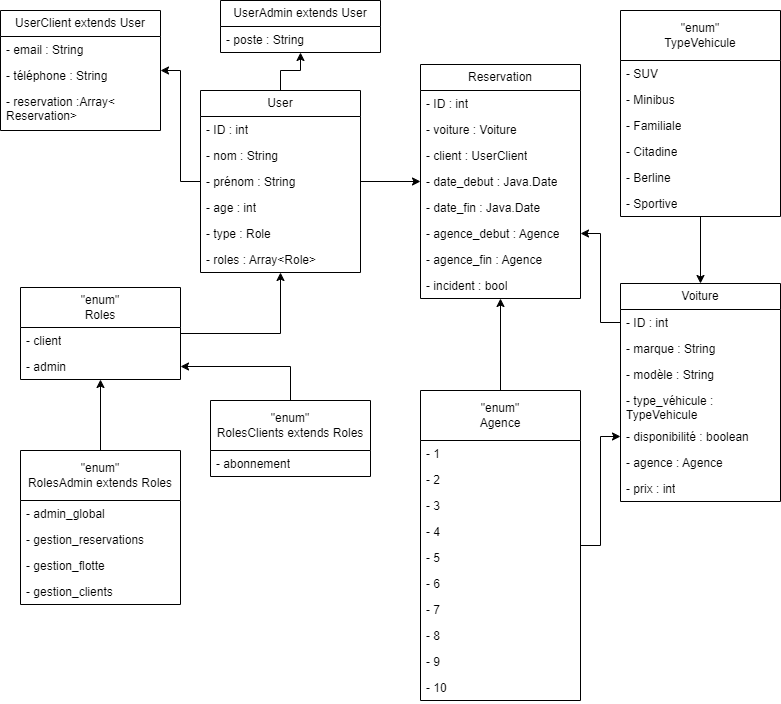
Above: UML_Motorized_Wide_Area.png in HELIK0PTER/MotorizedWideArea (draw.io), before the change. Source tidied: cells renumbered, new cells last; positions are measured from the earlier drawing's top-left corner, leaving out a move shared by most shapes. Its diagram source:
```xml
<mxGraphModel>
  <root>
    <mxCell id="0" />
    <mxCell id="1" parent="0" />
    <mxCell id="2" style="edgeStyle=orthogonalEdgeStyle;rounded=0;jettySize=auto;html=1;" parent="1" edge="1" source="5" target="21">
      <mxGeometry relative="1" as="geometry" />
    </mxCell>
    <mxCell id="3" style="edgeStyle=orthogonalEdgeStyle;rounded=0;jettySize=auto;html=1;" parent="1" edge="1" source="5" target="23">
      <mxGeometry relative="1" as="geometry" />
    </mxCell>
    <mxCell id="4" style="edgeStyle=orthogonalEdgeStyle;rounded=0;jettySize=auto;html=1;" parent="1" edge="1" source="5" target="40">
      <mxGeometry relative="1" as="geometry" />
    </mxCell>
    <mxCell id="5" value="User" style="swimlane;fontStyle=0;horizontal=1;startSize=26;fillColor=none;whiteSpace=wrap;html=1;" parent="1" vertex="1">
      <mxGeometry x="200" y="90" width="160" height="182" as="geometry" />
    </mxCell>
    <mxCell id="6" value="- ID : int" style="text;strokeColor=none;fillColor=none;align=left;verticalAlign=top;spacingLeft=4;spacingRight=4;overflow=hidden;whiteSpace=wrap;html=1;" parent="5" vertex="1">
      <mxGeometry y="26" width="160" height="26" as="geometry" />
    </mxCell>
    <mxCell id="7" value="- nom&amp;nbsp;: String" style="text;strokeColor=none;fillColor=none;align=left;verticalAlign=top;spacingLeft=4;spacingRight=4;overflow=hidden;whiteSpace=wrap;html=1;" parent="5" vertex="1">
      <mxGeometry y="52" width="160" height="26" as="geometry" />
    </mxCell>
    <mxCell id="8" value="- prénom&amp;nbsp;: String" style="text;strokeColor=none;fillColor=none;align=left;verticalAlign=top;spacingLeft=4;spacingRight=4;overflow=hidden;whiteSpace=wrap;html=1;" parent="5" vertex="1">
      <mxGeometry y="78" width="160" height="26" as="geometry" />
    </mxCell>
    <mxCell id="9" value="- age&amp;nbsp;: int" style="text;strokeColor=none;fillColor=none;align=left;verticalAlign=top;spacingLeft=4;spacingRight=4;overflow=hidden;whiteSpace=wrap;html=1;" parent="5" vertex="1">
      <mxGeometry y="104" width="160" height="26" as="geometry" />
    </mxCell>
    <mxCell id="10" value="- type : Role" style="text;strokeColor=none;fillColor=none;align=left;verticalAlign=top;spacingLeft=4;spacingRight=4;overflow=hidden;whiteSpace=wrap;html=1;" parent="5" vertex="1">
      <mxGeometry y="130" width="160" height="26" as="geometry" />
    </mxCell>
    <mxCell id="11" value="- roles : Array&amp;lt;Role&amp;gt;" style="text;strokeColor=none;fillColor=none;align=left;verticalAlign=top;spacingLeft=4;spacingRight=4;overflow=hidden;whiteSpace=wrap;html=1;" parent="5" vertex="1">
      <mxGeometry y="156" width="160" height="26" as="geometry" />
    </mxCell>
    <mxCell id="12" style="edgeStyle=orthogonalEdgeStyle;rounded=0;jettySize=auto;html=1;exitX=0;exitY=0.5;exitDx=0;exitDy=0;entryX=1;entryY=0.5;entryDx=0;entryDy=0;" parent="1" edge="1" source="14" target="46">
      <mxGeometry relative="1" as="geometry" />
    </mxCell>
    <mxCell id="13" value="Voiture" style="swimlane;fontStyle=0;horizontal=1;startSize=26;fillColor=none;whiteSpace=wrap;html=1;" parent="1" vertex="1">
      <mxGeometry x="620" y="283" width="160" height="218" as="geometry" />
    </mxCell>
    <mxCell id="14" value="- ID&amp;nbsp;: int" style="text;strokeColor=none;fillColor=none;align=left;verticalAlign=top;spacingLeft=4;spacingRight=4;overflow=hidden;points=[[0,0.5],[1,0.5]];portConstraint=eastwest;whiteSpace=wrap;html=1;" parent="13" vertex="1">
      <mxGeometry y="26" width="160" height="26" as="geometry" />
    </mxCell>
    <mxCell id="15" value="- marque&amp;nbsp;: String" style="text;strokeColor=none;fillColor=none;align=left;verticalAlign=top;spacingLeft=4;spacingRight=4;overflow=hidden;whiteSpace=wrap;html=1;" parent="13" vertex="1">
      <mxGeometry y="52" width="160" height="26" as="geometry" />
    </mxCell>
    <mxCell id="16" value="- modèle&amp;nbsp;: String" style="text;strokeColor=none;fillColor=none;align=left;verticalAlign=top;spacingLeft=4;spacingRight=4;overflow=hidden;whiteSpace=wrap;html=1;" parent="13" vertex="1">
      <mxGeometry y="78" width="160" height="26" as="geometry" />
    </mxCell>
    <mxCell id="17" value="- type_véhicule : TypeVehicule" style="text;strokeColor=none;fillColor=none;align=left;verticalAlign=top;spacingLeft=4;spacingRight=4;overflow=hidden;whiteSpace=wrap;html=1;" parent="13" vertex="1">
      <mxGeometry y="104" width="160" height="36" as="geometry" />
    </mxCell>
    <mxCell id="18" value="- disponibilité : boolean" style="text;strokeColor=none;fillColor=none;align=left;verticalAlign=top;spacingLeft=4;spacingRight=4;overflow=hidden;points=[[0,0.5],[1,0.5]];portConstraint=eastwest;whiteSpace=wrap;html=1;" parent="13" vertex="1">
      <mxGeometry y="140" width="160" height="26" as="geometry" />
    </mxCell>
    <mxCell id="19" value="- agence : Agence" style="text;strokeColor=none;fillColor=none;align=left;verticalAlign=top;spacingLeft=4;spacingRight=4;overflow=hidden;whiteSpace=wrap;html=1;" parent="13" vertex="1">
      <mxGeometry y="166" width="160" height="26" as="geometry" />
    </mxCell>
    <mxCell id="20" value="- prix : int" style="text;strokeColor=none;fillColor=none;align=left;verticalAlign=top;spacingLeft=4;spacingRight=4;overflow=hidden;whiteSpace=wrap;html=1;" parent="13" vertex="1">
      <mxGeometry y="192" width="160" height="26" as="geometry" />
    </mxCell>
    <mxCell id="21" value="UserAdmin extends User" style="swimlane;fontStyle=0;horizontal=1;startSize=26;fillColor=none;whiteSpace=wrap;html=1;" parent="1" vertex="1">
      <mxGeometry x="220" width="160" height="52" as="geometry" />
    </mxCell>
    <mxCell id="22" value="- poste : String" style="text;strokeColor=none;fillColor=none;align=left;verticalAlign=top;spacingLeft=4;spacingRight=4;overflow=hidden;whiteSpace=wrap;html=1;" parent="21" vertex="1">
      <mxGeometry y="26" width="160" height="26" as="geometry" />
    </mxCell>
    <mxCell id="23" value="UserClient extends User" style="swimlane;fontStyle=0;horizontal=1;startSize=26;fillColor=none;whiteSpace=wrap;html=1;" parent="1" vertex="1">
      <mxGeometry y="10" width="160" height="120" as="geometry" />
    </mxCell>
    <mxCell id="24" value="- email : String" style="text;strokeColor=none;fillColor=none;align=left;verticalAlign=top;spacingLeft=4;spacingRight=4;overflow=hidden;whiteSpace=wrap;html=1;" parent="23" vertex="1">
      <mxGeometry y="26" width="160" height="26" as="geometry" />
    </mxCell>
    <mxCell id="25" value="- téléphone&amp;nbsp;: String" style="text;strokeColor=none;fillColor=none;align=left;verticalAlign=top;spacingLeft=4;spacingRight=4;overflow=hidden;whiteSpace=wrap;html=1;" parent="23" vertex="1">
      <mxGeometry y="52" width="160" height="26" as="geometry" />
    </mxCell>
    <mxCell id="26" value="- reservation :Array&amp;lt;&lt;br&gt;Reservation&amp;gt;" style="text;strokeColor=none;fillColor=none;align=left;verticalAlign=top;spacingLeft=4;spacingRight=4;overflow=hidden;whiteSpace=wrap;html=1;" parent="23" vertex="1">
      <mxGeometry y="78" width="160" height="42" as="geometry" />
    </mxCell>
    <mxCell id="27" style="edgeStyle=orthogonalEdgeStyle;rounded=0;jettySize=auto;html=1;" parent="1" edge="1" source="28" target="37">
      <mxGeometry relative="1" as="geometry" />
    </mxCell>
    <mxCell id="28" value="&quot;enum&quot;&lt;br&gt;RolesAdmin extends Roles" style="swimlane;fontStyle=0;horizontal=1;startSize=50;fillColor=none;whiteSpace=wrap;html=1;" parent="1" vertex="1">
      <mxGeometry x="20" y="450" width="160" height="154" as="geometry" />
    </mxCell>
    <mxCell id="29" value="- admin_global" style="text;strokeColor=none;fillColor=none;align=left;verticalAlign=top;spacingLeft=4;spacingRight=4;overflow=hidden;whiteSpace=wrap;html=1;" parent="28" vertex="1">
      <mxGeometry y="50" width="160" height="26" as="geometry" />
    </mxCell>
    <mxCell id="30" value="- gestion_reservations" style="text;strokeColor=none;fillColor=none;align=left;verticalAlign=top;spacingLeft=4;spacingRight=4;overflow=hidden;whiteSpace=wrap;html=1;" parent="28" vertex="1">
      <mxGeometry y="76" width="160" height="26" as="geometry" />
    </mxCell>
    <mxCell id="31" value="- gestion_flotte" style="text;strokeColor=none;fillColor=none;align=left;verticalAlign=top;spacingLeft=4;spacingRight=4;overflow=hidden;whiteSpace=wrap;html=1;" parent="28" vertex="1">
      <mxGeometry y="102" width="160" height="26" as="geometry" />
    </mxCell>
    <mxCell id="32" value="- gestion_clients" style="text;strokeColor=none;fillColor=none;align=left;verticalAlign=top;spacingLeft=4;spacingRight=4;overflow=hidden;whiteSpace=wrap;html=1;" parent="28" vertex="1">
      <mxGeometry y="128" width="160" height="26" as="geometry" />
    </mxCell>
    <mxCell id="33" style="edgeStyle=orthogonalEdgeStyle;rounded=0;jettySize=auto;html=1;entryX=1;entryY=0.5;entryDx=0;entryDy=0;" parent="1" edge="1" source="34" target="39">
      <mxGeometry relative="1" as="geometry" />
    </mxCell>
    <mxCell id="34" value="&quot;enum&quot;&lt;br&gt;RolesClients extends Roles" style="swimlane;fontStyle=0;horizontal=1;startSize=50;fillColor=none;whiteSpace=wrap;html=1;" parent="1" vertex="1">
      <mxGeometry x="210" y="400" width="160" height="76" as="geometry" />
    </mxCell>
    <mxCell id="35" value="- abonnement" style="text;strokeColor=none;fillColor=none;align=left;verticalAlign=top;spacingLeft=4;spacingRight=4;overflow=hidden;whiteSpace=wrap;html=1;" parent="34" vertex="1">
      <mxGeometry y="50" width="160" height="26" as="geometry" />
    </mxCell>
    <mxCell id="36" style="edgeStyle=orthogonalEdgeStyle;rounded=0;jettySize=auto;html=1;" parent="1" edge="1" source="37" target="5">
      <mxGeometry relative="1" as="geometry" />
    </mxCell>
    <mxCell id="37" value="&quot;enum&quot;&lt;br&gt;Roles" style="swimlane;fontStyle=0;horizontal=1;startSize=40;fillColor=none;whiteSpace=wrap;html=1;" parent="1" vertex="1">
      <mxGeometry x="20" y="287" width="160" height="92" as="geometry" />
    </mxCell>
    <mxCell id="38" value="- client" style="text;strokeColor=none;fillColor=none;align=left;verticalAlign=top;spacingLeft=4;spacingRight=4;overflow=hidden;whiteSpace=wrap;html=1;" parent="37" vertex="1">
      <mxGeometry y="40" width="160" height="26" as="geometry" />
    </mxCell>
    <mxCell id="39" value="- admin" style="text;strokeColor=none;fillColor=none;align=left;verticalAlign=top;spacingLeft=4;spacingRight=4;overflow=hidden;points=[[0,0.5],[1,0.5]];portConstraint=eastwest;whiteSpace=wrap;html=1;" parent="37" vertex="1">
      <mxGeometry y="66" width="160" height="26" as="geometry" />
    </mxCell>
    <mxCell id="40" value="Reservation" style="swimlane;fontStyle=0;horizontal=1;startSize=26;fillColor=none;whiteSpace=wrap;html=1;" parent="1" vertex="1">
      <mxGeometry x="420" y="64" width="160" height="234" as="geometry" />
    </mxCell>
    <mxCell id="41" value="- ID&amp;nbsp;: int" style="text;strokeColor=none;fillColor=none;align=left;verticalAlign=top;spacingLeft=4;spacingRight=4;overflow=hidden;whiteSpace=wrap;html=1;" parent="40" vertex="1">
      <mxGeometry y="26" width="160" height="26" as="geometry" />
    </mxCell>
    <mxCell id="42" value="- voiture : Voiture" style="text;strokeColor=none;fillColor=none;align=left;verticalAlign=top;spacingLeft=4;spacingRight=4;overflow=hidden;whiteSpace=wrap;html=1;" parent="40" vertex="1">
      <mxGeometry y="52" width="160" height="26" as="geometry" />
    </mxCell>
    <mxCell id="43" value="- client : UserClient" style="text;strokeColor=none;fillColor=none;align=left;verticalAlign=top;spacingLeft=4;spacingRight=4;overflow=hidden;whiteSpace=wrap;html=1;" parent="40" vertex="1">
      <mxGeometry y="78" width="160" height="26" as="geometry" />
    </mxCell>
    <mxCell id="44" value="- date_debut : Java.Date" style="text;strokeColor=none;fillColor=none;align=left;verticalAlign=top;spacingLeft=4;spacingRight=4;overflow=hidden;whiteSpace=wrap;html=1;" parent="40" vertex="1">
      <mxGeometry y="104" width="160" height="26" as="geometry" />
    </mxCell>
    <mxCell id="45" value="- date_fin&amp;nbsp;: Java.Date" style="text;strokeColor=none;fillColor=none;align=left;verticalAlign=top;spacingLeft=4;spacingRight=4;overflow=hidden;whiteSpace=wrap;html=1;" parent="40" vertex="1">
      <mxGeometry y="130" width="160" height="26" as="geometry" />
    </mxCell>
    <mxCell id="46" value="- agence_debut : Agence" style="text;strokeColor=none;fillColor=none;align=left;verticalAlign=top;spacingLeft=4;spacingRight=4;overflow=hidden;points=[[0,0.5],[1,0.5]];portConstraint=eastwest;whiteSpace=wrap;html=1;" parent="40" vertex="1">
      <mxGeometry y="156" width="160" height="26" as="geometry" />
    </mxCell>
    <mxCell id="47" value="- agence_fin : Agence" style="text;strokeColor=none;fillColor=none;align=left;verticalAlign=top;spacingLeft=4;spacingRight=4;overflow=hidden;whiteSpace=wrap;html=1;" parent="40" vertex="1">
      <mxGeometry y="182" width="160" height="26" as="geometry" />
    </mxCell>
    <mxCell id="48" value="- incident : bool" style="text;strokeColor=none;fillColor=none;align=left;verticalAlign=top;spacingLeft=4;spacingRight=4;overflow=hidden;whiteSpace=wrap;html=1;" parent="40" vertex="1">
      <mxGeometry y="208" width="160" height="26" as="geometry" />
    </mxCell>
    <mxCell id="49" style="edgeStyle=orthogonalEdgeStyle;rounded=0;jettySize=auto;html=1;" parent="1" edge="1" source="50" target="13">
      <mxGeometry relative="1" as="geometry" />
    </mxCell>
    <mxCell id="50" value="&quot;enum&quot;&lt;br&gt;TypeVehicule" style="swimlane;fontStyle=0;horizontal=1;startSize=50;fillColor=none;whiteSpace=wrap;html=1;" parent="1" vertex="1">
      <mxGeometry x="620" y="10" width="160" height="206" as="geometry" />
    </mxCell>
    <mxCell id="51" value="- SUV" style="text;strokeColor=none;fillColor=none;align=left;verticalAlign=top;spacingLeft=4;spacingRight=4;overflow=hidden;whiteSpace=wrap;html=1;" parent="50" vertex="1">
      <mxGeometry y="50" width="160" height="26" as="geometry" />
    </mxCell>
    <mxCell id="52" value="- Minibus" style="text;strokeColor=none;fillColor=none;align=left;verticalAlign=top;spacingLeft=4;spacingRight=4;overflow=hidden;whiteSpace=wrap;html=1;" parent="50" vertex="1">
      <mxGeometry y="76" width="160" height="26" as="geometry" />
    </mxCell>
    <mxCell id="53" value="- Familiale" style="text;strokeColor=none;fillColor=none;align=left;verticalAlign=top;spacingLeft=4;spacingRight=4;overflow=hidden;whiteSpace=wrap;html=1;" parent="50" vertex="1">
      <mxGeometry y="102" width="160" height="26" as="geometry" />
    </mxCell>
    <mxCell id="54" value="- Citadine" style="text;strokeColor=none;fillColor=none;align=left;verticalAlign=top;spacingLeft=4;spacingRight=4;overflow=hidden;whiteSpace=wrap;html=1;" parent="50" vertex="1">
      <mxGeometry y="128" width="160" height="26" as="geometry" />
    </mxCell>
    <mxCell id="55" value="- Berline" style="text;strokeColor=none;fillColor=none;align=left;verticalAlign=top;spacingLeft=4;spacingRight=4;overflow=hidden;whiteSpace=wrap;html=1;" parent="50" vertex="1">
      <mxGeometry y="154" width="160" height="26" as="geometry" />
    </mxCell>
    <mxCell id="56" value="- Sportive" style="text;strokeColor=none;fillColor=none;align=left;verticalAlign=top;spacingLeft=4;spacingRight=4;overflow=hidden;whiteSpace=wrap;html=1;" parent="50" vertex="1">
      <mxGeometry y="180" width="160" height="26" as="geometry" />
    </mxCell>
    <mxCell id="57" style="edgeStyle=orthogonalEdgeStyle;rounded=0;jettySize=auto;html=1;entryX=0;entryY=0.5;entryDx=0;entryDy=0;" parent="1" edge="1" source="59" target="18">
      <mxGeometry relative="1" as="geometry" />
    </mxCell>
    <mxCell id="58" style="edgeStyle=orthogonalEdgeStyle;rounded=0;jettySize=auto;html=1;" parent="1" edge="1" source="59" target="40">
      <mxGeometry relative="1" as="geometry" />
    </mxCell>
    <mxCell id="59" value="&quot;enum&quot;&lt;br&gt;Agence" style="swimlane;fontStyle=0;horizontal=1;startSize=50;fillColor=none;whiteSpace=wrap;html=1;" parent="1" vertex="1">
      <mxGeometry x="420" y="390" width="160" height="310" as="geometry" />
    </mxCell>
    <mxCell id="60" value="- 1" style="text;strokeColor=none;fillColor=none;align=left;verticalAlign=top;spacingLeft=4;spacingRight=4;overflow=hidden;whiteSpace=wrap;html=1;" parent="59" vertex="1">
      <mxGeometry y="50" width="160" height="26" as="geometry" />
    </mxCell>
    <mxCell id="61" value="- 2" style="text;strokeColor=none;fillColor=none;align=left;verticalAlign=top;spacingLeft=4;spacingRight=4;overflow=hidden;whiteSpace=wrap;html=1;" parent="59" vertex="1">
      <mxGeometry y="76" width="160" height="26" as="geometry" />
    </mxCell>
    <mxCell id="62" value="- 3" style="text;strokeColor=none;fillColor=none;align=left;verticalAlign=top;spacingLeft=4;spacingRight=4;overflow=hidden;whiteSpace=wrap;html=1;" parent="59" vertex="1">
      <mxGeometry y="102" width="160" height="26" as="geometry" />
    </mxCell>
    <mxCell id="63" value="- 4" style="text;strokeColor=none;fillColor=none;align=left;verticalAlign=top;spacingLeft=4;spacingRight=4;overflow=hidden;whiteSpace=wrap;html=1;" parent="59" vertex="1">
      <mxGeometry y="128" width="160" height="26" as="geometry" />
    </mxCell>
    <mxCell id="64" value="- 5" style="text;strokeColor=none;fillColor=none;align=left;verticalAlign=top;spacingLeft=4;spacingRight=4;overflow=hidden;whiteSpace=wrap;html=1;" parent="59" vertex="1">
      <mxGeometry y="154" width="160" height="26" as="geometry" />
    </mxCell>
    <mxCell id="65" value="- 6" style="text;strokeColor=none;fillColor=none;align=left;verticalAlign=top;spacingLeft=4;spacingRight=4;overflow=hidden;whiteSpace=wrap;html=1;" parent="59" vertex="1">
      <mxGeometry y="180" width="160" height="26" as="geometry" />
    </mxCell>
    <mxCell id="66" value="- 7" style="text;strokeColor=none;fillColor=none;align=left;verticalAlign=top;spacingLeft=4;spacingRight=4;overflow=hidden;whiteSpace=wrap;html=1;" parent="59" vertex="1">
      <mxGeometry y="206" width="160" height="26" as="geometry" />
    </mxCell>
    <mxCell id="67" value="- 8" style="text;strokeColor=none;fillColor=none;align=left;verticalAlign=top;spacingLeft=4;spacingRight=4;overflow=hidden;whiteSpace=wrap;html=1;" parent="59" vertex="1">
      <mxGeometry y="232" width="160" height="26" as="geometry" />
    </mxCell>
    <mxCell id="68" value="- 9" style="text;strokeColor=none;fillColor=none;align=left;verticalAlign=top;spacingLeft=4;spacingRight=4;overflow=hidden;whiteSpace=wrap;html=1;" parent="59" vertex="1">
      <mxGeometry y="258" width="160" height="26" as="geometry" />
    </mxCell>
    <mxCell id="69" value="- 10" style="text;strokeColor=none;fillColor=none;align=left;verticalAlign=top;spacingLeft=4;spacingRight=4;overflow=hidden;whiteSpace=wrap;html=1;" parent="59" vertex="1">
      <mxGeometry y="284" width="160" height="26" as="geometry" />
    </mxCell>
  </root>
</mxGraphModel>
```
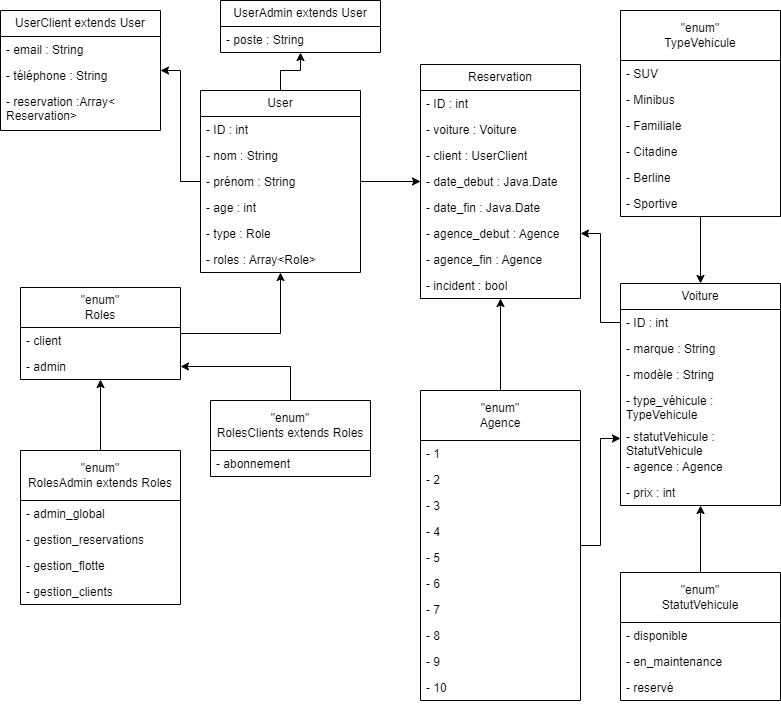
After the commit.

Commit message:
Modification du Diagramme UML

The edit, as a diff of the source:
```diff
@@ -36,7 +36,7 @@
       <mxGeometry relative="1" as="geometry" />
     </mxCell>
     <mxCell id="13" value="Voiture" style="swimlane;fontStyle=0;horizontal=1;startSize=26;fillColor=none;whiteSpace=wrap;html=1;" parent="1" vertex="1">
-      <mxGeometry x="620" y="283" width="160" height="218" as="geometry" />
+      <mxGeometry x="620" y="283" width="160" height="222" as="geometry" />
     </mxCell>
     <mxCell id="14" value="- ID&amp;nbsp;: int" style="text;strokeColor=none;fillColor=none;align=left;verticalAlign=top;spacingLeft=4;spacingRight=4;overflow=hidden;points=[[0,0.5],[1,0.5]];portConstraint=eastwest;whiteSpace=wrap;html=1;" parent="13" vertex="1">
       <mxGeometry y="26" width="160" height="26" as="geometry" />
@@ -50,14 +50,14 @@
     <mxCell id="17" value="- type_véhicule : TypeVehicule" style="text;strokeColor=none;fillColor=none;align=left;verticalAlign=top;spacingLeft=4;spacingRight=4;overflow=hidden;whiteSpace=wrap;html=1;" parent="13" vertex="1">
       <mxGeometry y="104" width="160" height="36" as="geometry" />
     </mxCell>
-    <mxCell id="18" value="- disponibilité : boolean" style="text;strokeColor=none;fillColor=none;align=left;verticalAlign=top;spacingLeft=4;spacingRight=4;overflow=hidden;points=[[0,0.5],[1,0.5]];portConstraint=eastwest;whiteSpace=wrap;html=1;" parent="13" vertex="1">
-      <mxGeometry y="140" width="160" height="26" as="geometry" />
+    <mxCell id="18" value="- statutVehicule : StatutVehicule&amp;nbsp;" style="text;strokeColor=none;fillColor=none;align=left;verticalAlign=top;spacingLeft=4;spacingRight=4;overflow=hidden;points=[[0,0.5],[1,0.5]];portConstraint=eastwest;whiteSpace=wrap;html=1;" parent="13" vertex="1">
+      <mxGeometry y="140" width="160" height="30" as="geometry" />
     </mxCell>
     <mxCell id="19" value="- agence : Agence" style="text;strokeColor=none;fillColor=none;align=left;verticalAlign=top;spacingLeft=4;spacingRight=4;overflow=hidden;whiteSpace=wrap;html=1;" parent="13" vertex="1">
-      <mxGeometry y="166" width="160" height="26" as="geometry" />
+      <mxGeometry y="170" width="160" height="26" as="geometry" />
     </mxCell>
     <mxCell id="20" value="- prix : int" style="text;strokeColor=none;fillColor=none;align=left;verticalAlign=top;spacingLeft=4;spacingRight=4;overflow=hidden;whiteSpace=wrap;html=1;" parent="13" vertex="1">
-      <mxGeometry y="192" width="160" height="26" as="geometry" />
+      <mxGeometry y="196" width="160" height="26" as="geometry" />
     </mxCell>
     <mxCell id="21" value="UserAdmin extends User" style="swimlane;fontStyle=0;horizontal=1;startSize=26;fillColor=none;whiteSpace=wrap;html=1;" parent="1" vertex="1">
       <mxGeometry x="220" width="160" height="52" as="geometry" />
@@ -206,5 +206,20 @@
     <mxCell id="69" value="- 10" style="text;strokeColor=none;fillColor=none;align=left;verticalAlign=top;spacingLeft=4;spacingRight=4;overflow=hidden;whiteSpace=wrap;html=1;" parent="59" vertex="1">
       <mxGeometry y="284" width="160" height="26" as="geometry" />
     </mxCell>
+    <mxCell id="70" style="edgeStyle=orthogonalEdgeStyle;rounded=0;jettySize=auto;html=1;" parent="1" edge="1" source="71" target="13">
+      <mxGeometry relative="1" as="geometry" />
+    </mxCell>
+    <mxCell id="71" value="&quot;enum&quot;&lt;br&gt;StatutVehicule" style="swimlane;fontStyle=0;horizontal=1;startSize=50;fillColor=none;whiteSpace=wrap;html=1;" parent="1" vertex="1">
+      <mxGeometry x="620" y="572" width="160" height="128" as="geometry" />
+    </mxCell>
+    <mxCell id="72" value="- disponible" style="text;strokeColor=none;fillColor=none;align=left;verticalAlign=top;spacingLeft=4;spacingRight=4;overflow=hidden;whiteSpace=wrap;html=1;" parent="71" vertex="1">
+      <mxGeometry y="50" width="160" height="26" as="geometry" />
+    </mxCell>
+    <mxCell id="73" value="- en_maintenance" style="text;strokeColor=none;fillColor=none;align=left;verticalAlign=top;spacingLeft=4;spacingRight=4;overflow=hidden;whiteSpace=wrap;html=1;" parent="71" vertex="1">
+      <mxGeometry y="76" width="160" height="26" as="geometry" />
+    </mxCell>
+    <mxCell id="74" value="- reservé" style="text;strokeColor=none;fillColor=none;align=left;verticalAlign=top;spacingLeft=4;spacingRight=4;overflow=hidden;whiteSpace=wrap;html=1;" parent="71" vertex="1">
+      <mxGeometry y="102" width="160" height="26" as="geometry" />
+    </mxCell>
   </root>
 </mxGraphModel>
```
